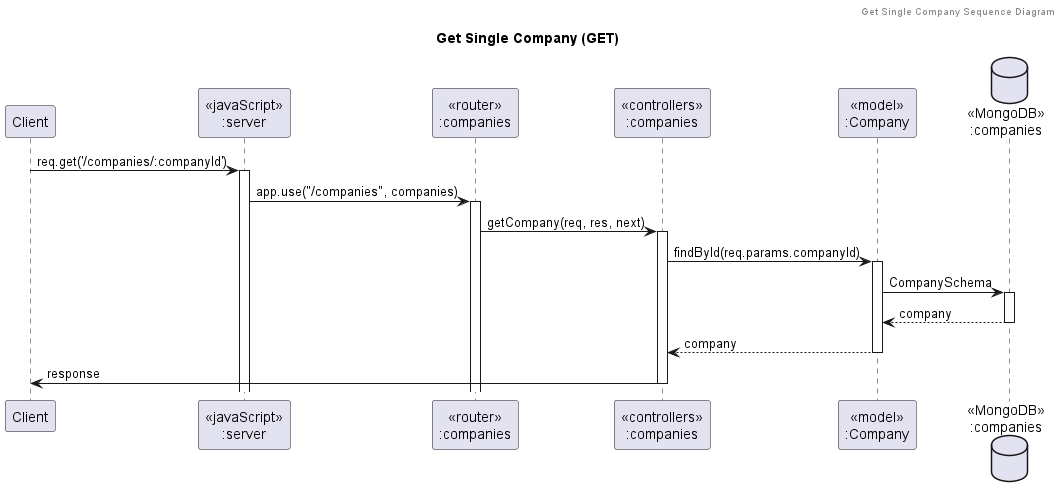
Above: out/diagrams/sequence_diagram/company/get_single_company/Get Single Company (GET).png in its144prelationship-study/swdevprac-project (PlantUML), before the change.
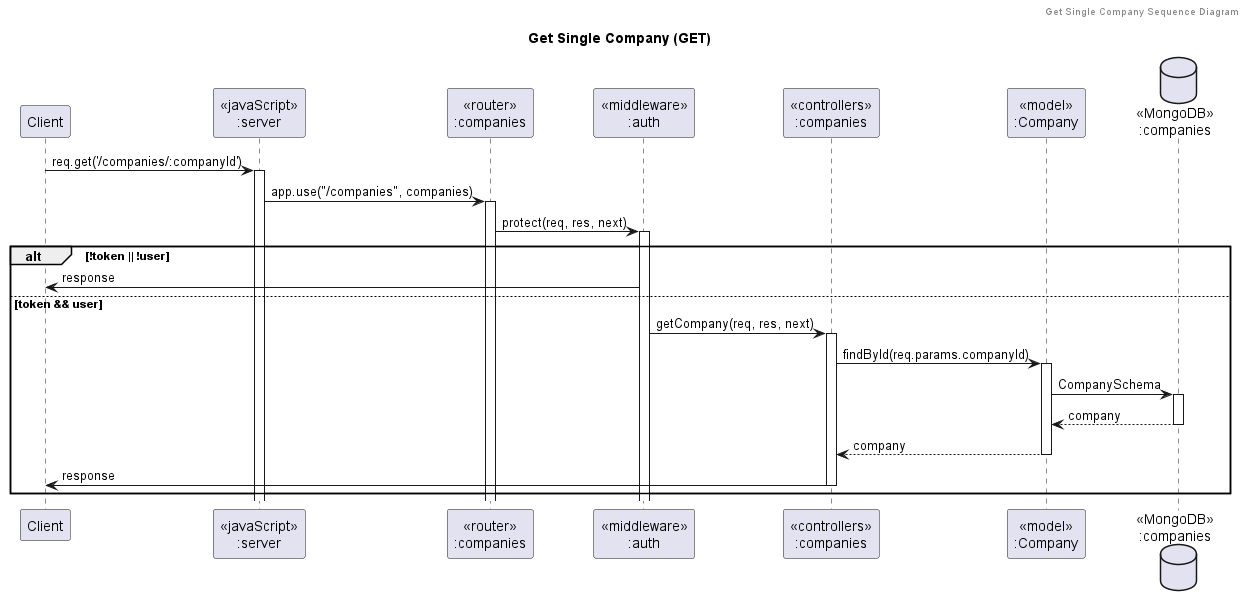
After the change.

What changed in the source:
```diff
@@ -6,17 +6,23 @@
 participant "Client" as client
 participant "<<javaScript>>\n:server" as server
 participant "<<router>>\n:companies" as routerCompanies
+participant "<<middleware>>\n:auth" as authMiddleware
 participant "<<controllers>>\n:companies" as controllersCompanies
 participant "<<model>>\n:Company" as modelCompanies
 database "<<MongoDB>>\n:companies" as CompaniesDatabase
 
 client -> server ++:req.get('/companies/:companyId')
 server -> routerCompanies ++:app.use("/companies", companies)
-routerCompanies -> controllersCompanies ++:getCompany(req, res, next)
-controllersCompanies -> modelCompanies ++:findById(req.params.companyId)
-modelCompanies -> CompaniesDatabase ++: CompanySchema
-CompaniesDatabase --> modelCompanies --: company
-controllersCompanies <-- modelCompanies --: company
-controllersCompanies -> client --: response
+routerCompanies -> authMiddleware ++:protect(req, res, next)
+alt !token || !user
+    authMiddleware -> client :response
+else token && user
+    authMiddleware -> controllersCompanies ++:getCompany(req, res, next)
+    controllersCompanies -> modelCompanies ++:findById(req.params.companyId)
+    modelCompanies -> CompaniesDatabase ++: CompanySchema
+    CompaniesDatabase --> modelCompanies --: company
+    controllersCompanies <-- modelCompanies --: company
+    controllersCompanies -> client --: response
+end
 
 @enduml
```
